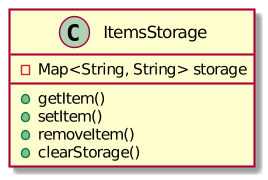
Before: quickstart/items-storage.png, a diagram exported from PlantUML (d-protsenko/tutorials).
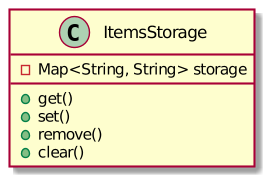
The same file after the commit.

Commit message:
Added info about exception handling in quick start

Diff of the diagram source:
```diff
@@ -2,10 +2,10 @@
 
 class ItemsStorage {
 -Map<String, String> storage
-+getItem()
-+setItem()
-+removeItem()
-+clearStorage()
++get()
++set()
++remove()
++clear()
 }
 
 @enduml
```
